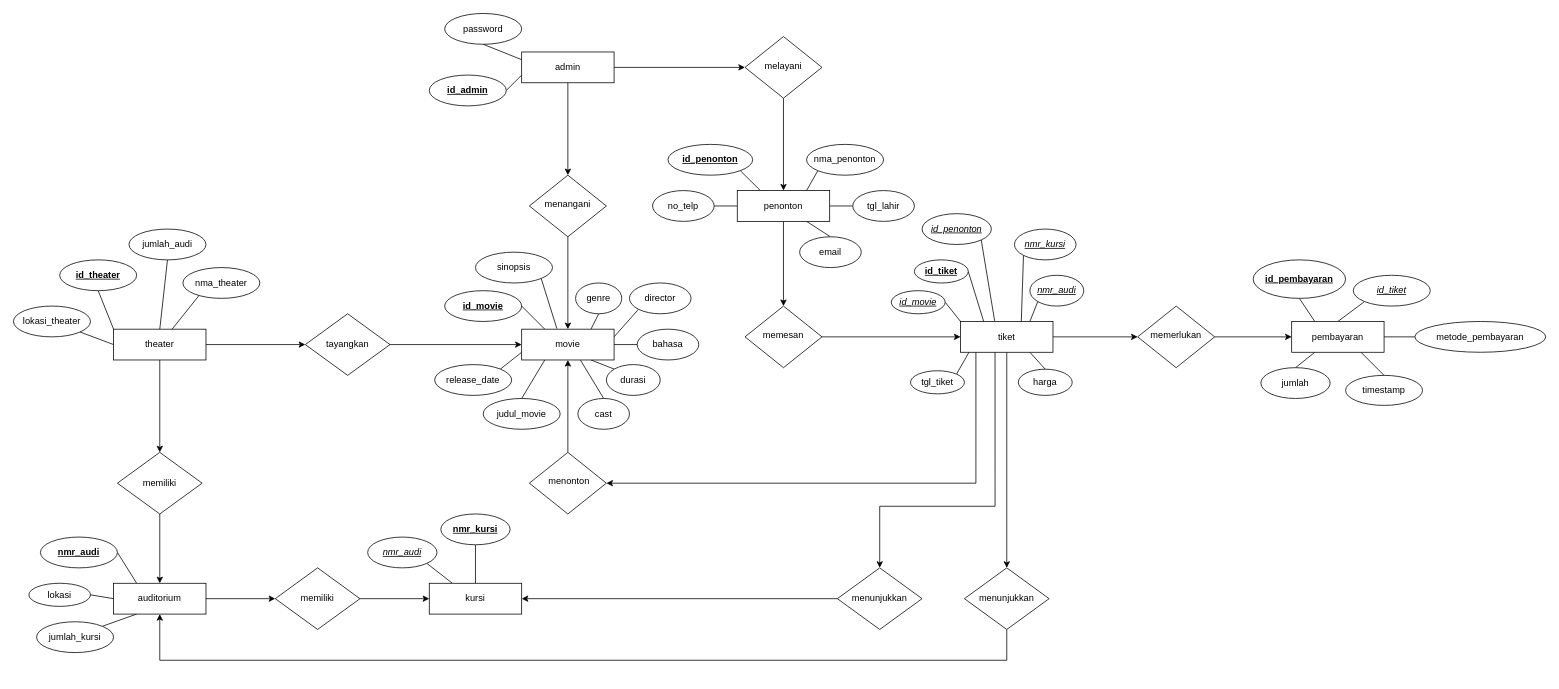
Above: movie_erd.drawio in vinnnna/sistem-basis-data (draw.io), before the change. Source tidied: cells renumbered, new cells numbered last; positions are measured from the earlier drawing's top-left corner, leaving out a move shared by most shapes. Both pictures are drawn from the tidied source at 77%, with x=0, y=0 at pixel (13, 13).
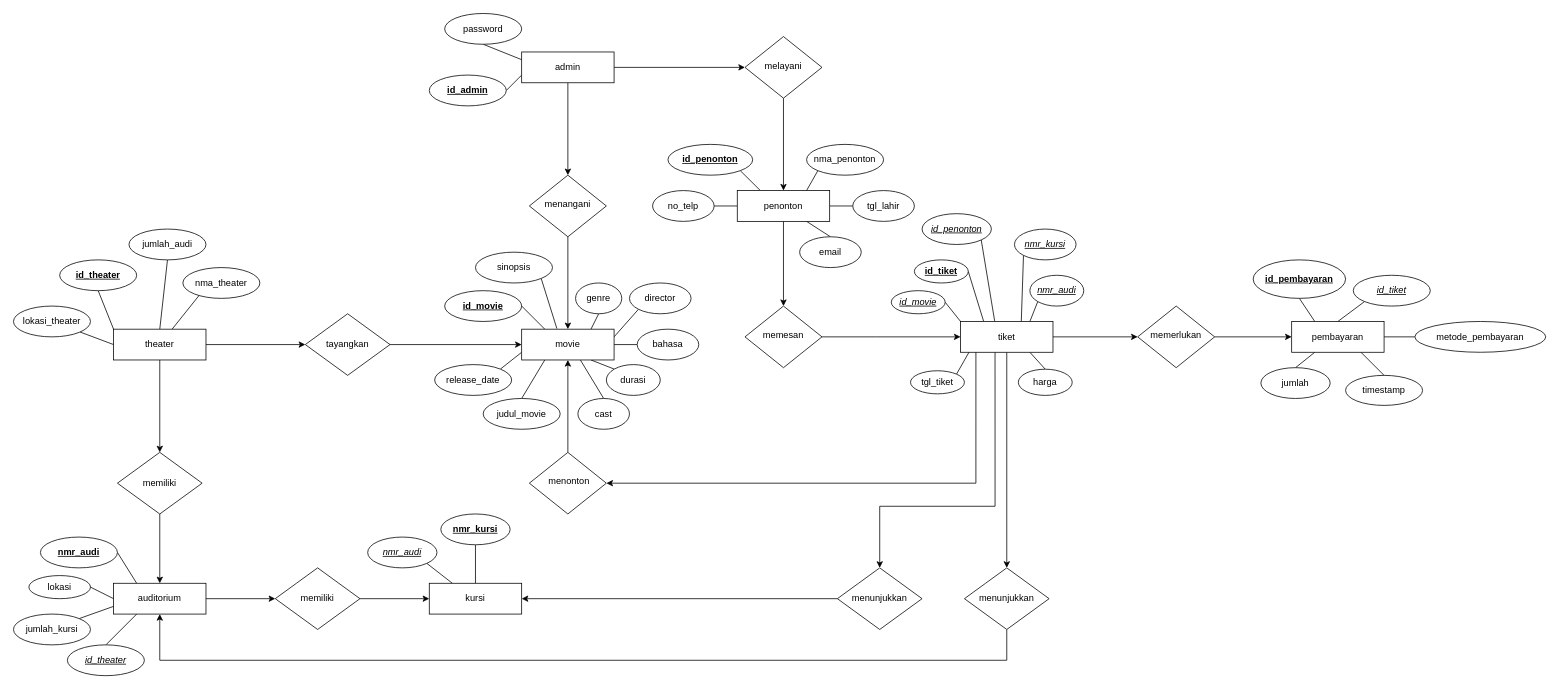
The same diagram, later.

The change refers to these unchanged cells:
```xml
<mxCell id="94" value="auditorium" style="rounded=1;whiteSpace=wrap;html=1;fontSize=12;glass=0;strokeWidth=1;shadow=0;arcSize=0;" parent="1" vertex="1">
  <mxGeometry x="130" y="740" width="120" height="40" as="geometry" />
</mxCell>
```

Diff of the diagram source:
```diff
@@
-    <mxCell id="93" style="rounded=0;jettySize=auto;html=1;exitX=0.25;exitY=1;exitDx=0;exitDy=0;entryX=1;entryY=0;entryDx=0;entryDy=0;endArrow=none;endFill=0;" parent="1" edge="1" source="94" target="109">
+    <mxCell id="93" style="rounded=0;jettySize=auto;html=1;exitX=0;exitY=0.75;exitDx=0;exitDy=0;entryX=1;entryY=0;entryDx=0;entryDy=0;endArrow=none;endFill=0;" parent="1" edge="1" source="94" target="109">
       <mxGeometry relative="1" as="geometry" />
     </mxCell>
+    <mxCell id="114" style="rounded=0;jettySize=auto;html=1;exitX=0.25;exitY=1;exitDx=0;exitDy=0;endArrow=none;endFill=0;entryX=0.5;entryY=0;entryDx=0;entryDy=0;" parent="1" edge="1" source="94" target="115">
+      <mxGeometry relative="1" as="geometry" />
+    </mxCell>
@@
     <mxCell id="106" value="lokasi" style="ellipse;whiteSpace=wrap;html=1;fontStyle=0;" parent="1" vertex="1">
-      <mxGeometry x="20" y="740" width="80" height="30" as="geometry" />
+      <mxGeometry x="20" y="730" width="80" height="30" as="geometry" />
     </mxCell>
@@
     <mxCell id="109" value="jumlah_kursi" style="ellipse;whiteSpace=wrap;html=1;fontStyle=0;" parent="1" vertex="1">
-      <mxGeometry x="30" y="790" width="100" height="40" as="geometry" />
+      <mxGeometry y="780" width="100" height="40" as="geometry" />
     </mxCell>
@@
+    <mxCell id="115" value="&lt;u&gt;&lt;i&gt;id_theater&lt;/i&gt;&lt;/u&gt;" style="ellipse;whiteSpace=wrap;html=1;fontStyle=0;" parent="1" vertex="1">
+      <mxGeometry x="70" y="820" width="100" height="40" as="geometry" />
+    </mxCell>
```
